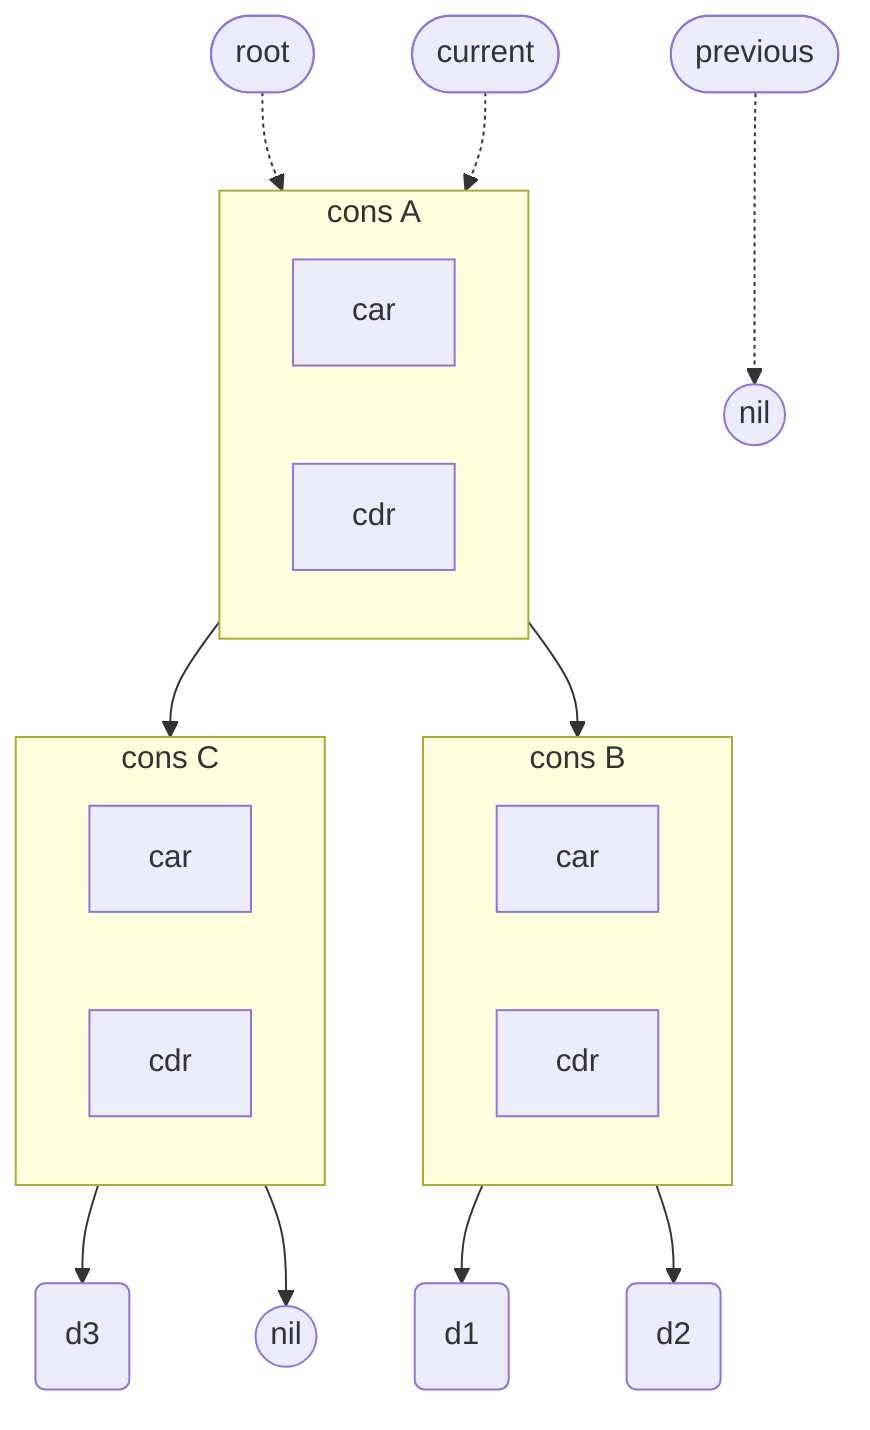
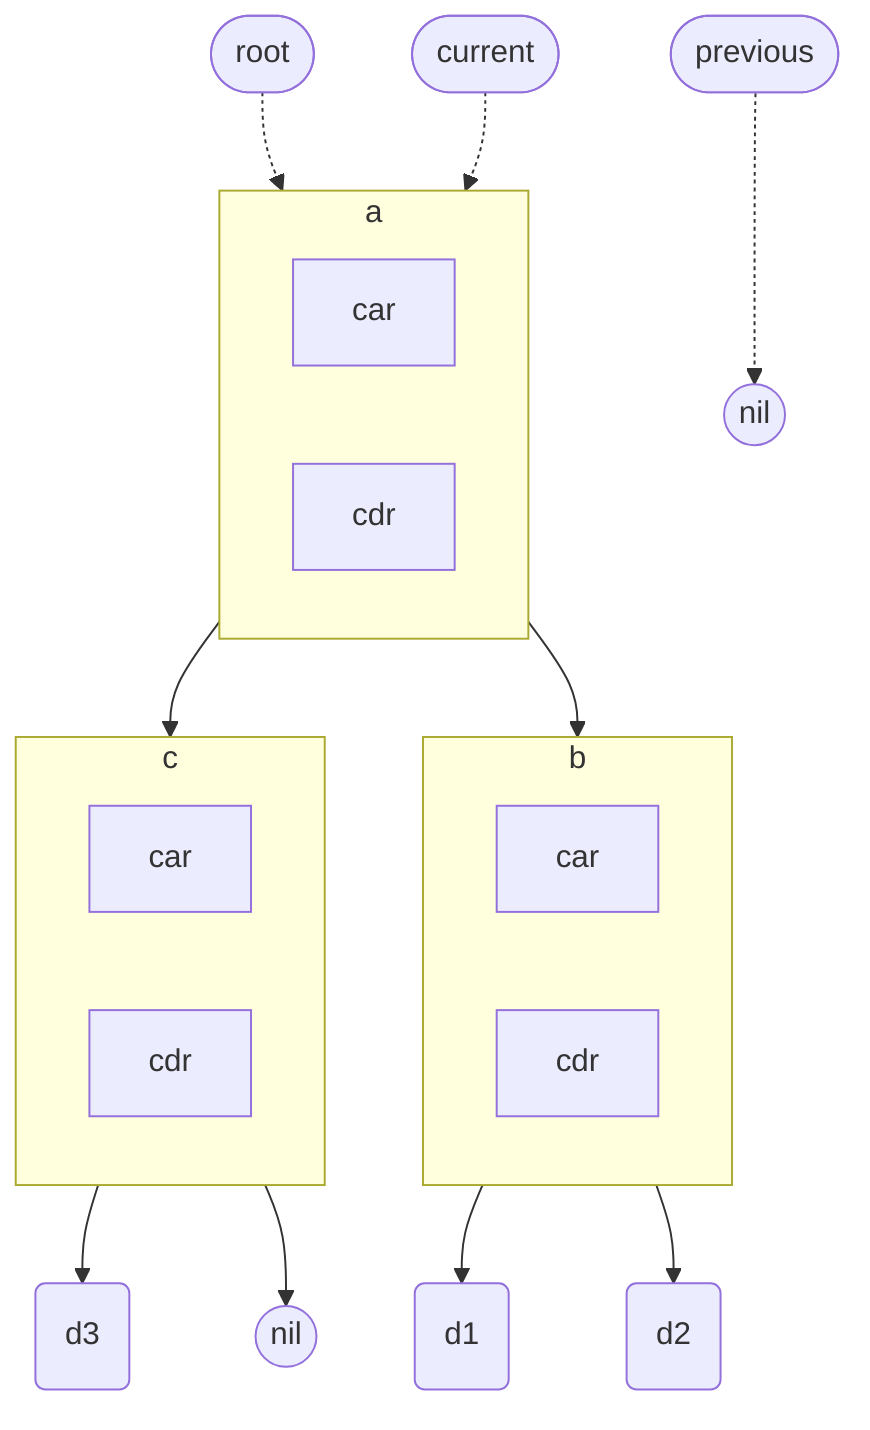
flowchart TD
  rt([root]) -.-> a
  cur([current]):::red -.-> a
  prev([previous]):::blue -.-> n0((nil))

-   subgraph a["cons A"]
+   subgraph a
    direction LR
    a0[car]
    a1[cdr]
  end

-   subgraph b["cons B"]
+   subgraph b
    direction LR
    b0[car]
    b1[cdr]
  end

-   subgraph c["cons C"]
+   subgraph c
    direction LR
    c0[car]
    c1[cdr]
  end

  a0 --> b
  a1 --> c
  b0 --> d1(d1)
  b1 --> d2(d2)
  c0 --> d3(d3)
  c1 --> n1((nil))
